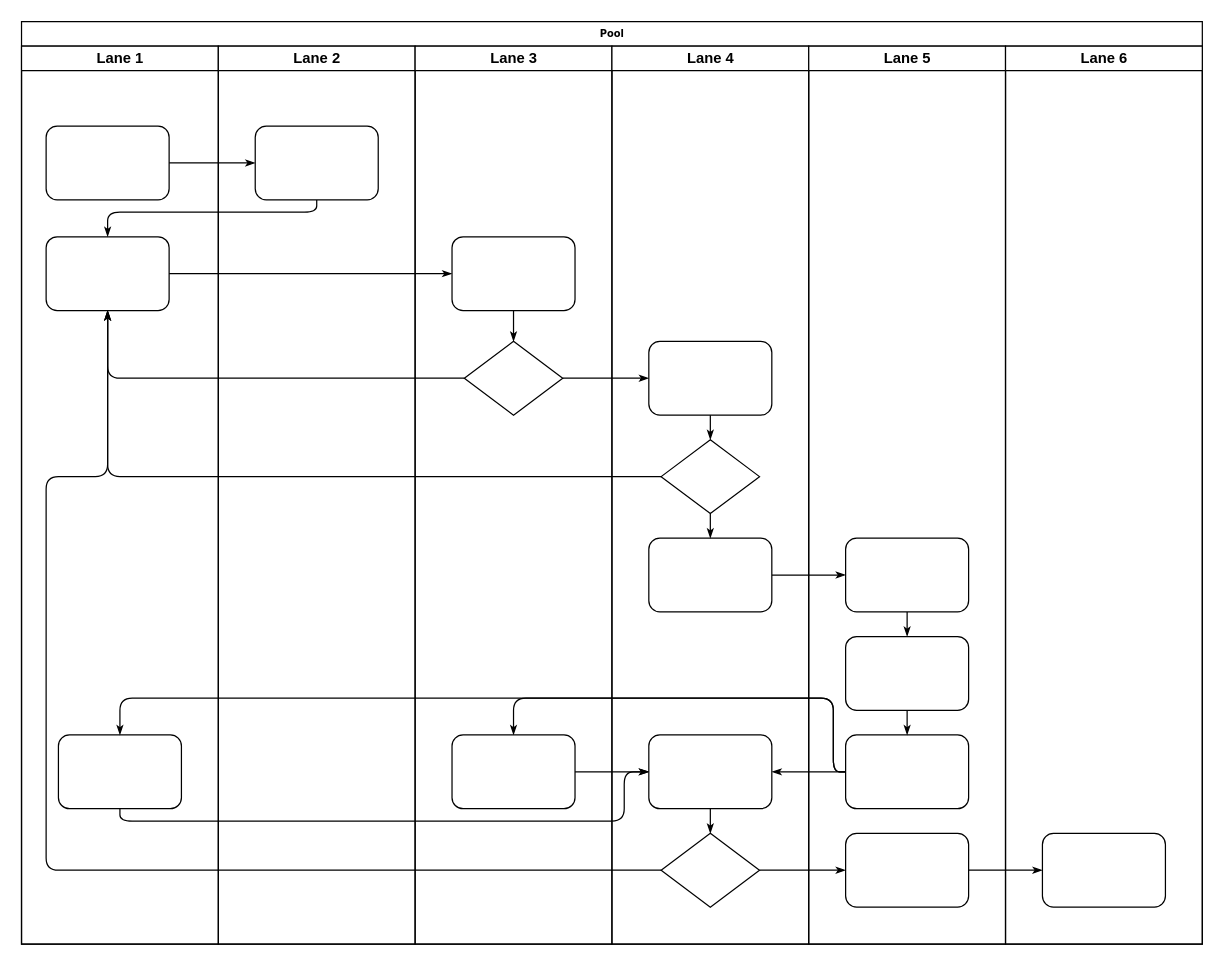
Above: test.drawio in wanghenan/testable-mock (draw.io), before the change. Source tidied: cells renumbered, new cells numbered last; positions are measured from the earlier drawing's top-left corner, leaving out a move shared by most shapes. Both pictures are drawn from the tidied source at 123%, with x=0, y=0 at pixel (21, 21).
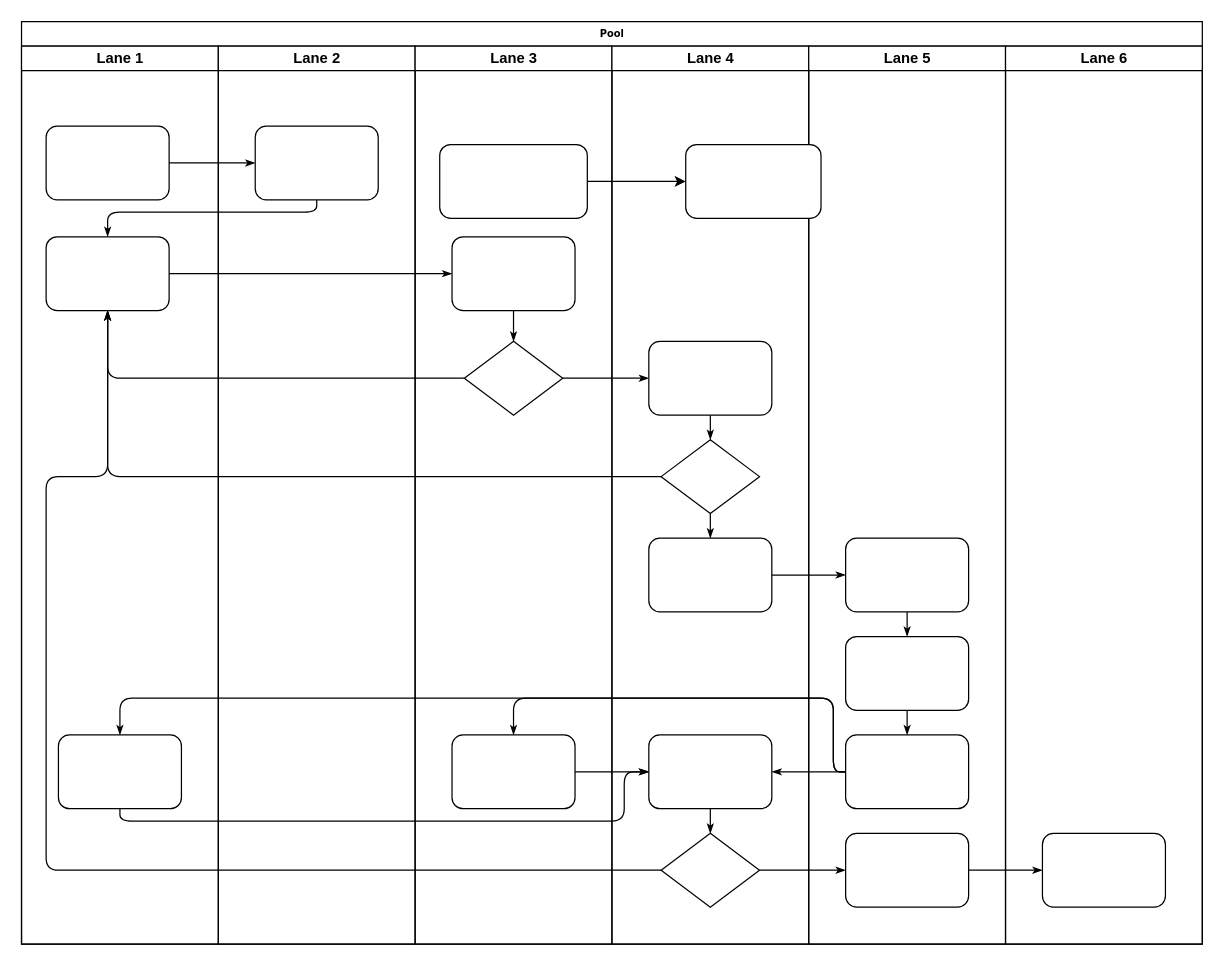
The same page after the edit.

Unchanged cells that the change refers to:
```xml
<mxCell id="24" value="Lane 3" style="swimlane;html=1;startSize=20;" parent="2" vertex="1">
  <mxGeometry x="320" y="20" width="160" height="730" as="geometry" />
</mxCell>
```

Diff of the diagram source:
```diff
@@
+    <mxCell id="47" style="rounded=1;whiteSpace=wrap;html=1;strokeColor=default;fontFamily=Helvetica;fontSize=12;fontColor=default;startSize=20;fillColor=default;" parent="24" vertex="1">
+      <mxGeometry x="20" y="80" width="120" height="60" as="geometry" />
+    </mxCell>
@@
+    <mxCell id="48" style="rounded=1;whiteSpace=wrap;html=1;strokeColor=default;fontFamily=Helvetica;fontSize=12;fontColor=default;startSize=20;fillColor=default;" parent="1" vertex="1">
+      <mxGeometry x="540" y="100" width="110" height="60" as="geometry" />
+    </mxCell>
+    <mxCell id="49" style="edgeStyle=orthogonalEdgeStyle;rounded=0;jettySize=auto;html=1;fontFamily=Helvetica;fontSize=12;fontColor=default;startSize=20;" parent="1" edge="1" source="47" target="48">
+      <mxGeometry relative="1" as="geometry" />
+    </mxCell>
```
